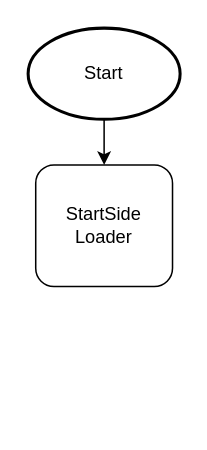
The draw.io diagram page "FlowCharts" (4 of 6) of Informatik UML.drawio in Tobi8570/H2, before the edit. Source tidied: cells renumbered, new cells numbered last; positions are measured from the earlier drawing's top-left corner, leaving out a move shared by most shapes. Both pictures are drawn from the tidied source at 152%, with x=0, y=0 at pixel (27, 27).
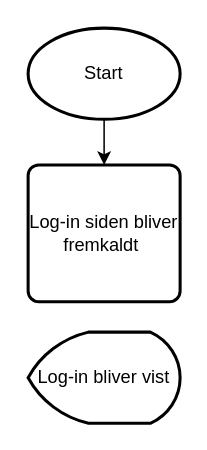
The same diagram, later.

Change to the diagram source:
```diff
@@
 <mxGraphModel>
   <root>
     <mxCell id="0" />
     <mxCell id="1" parent="0" />
-    <mxCell id="2" value="StartSide Loader" style="rounded=1;whiteSpace=wrap;html=1;fillColor=none;" parent="1" vertex="1">
-      <mxGeometry x="5" y="90" width="90" height="80" as="geometry" />
-    </mxCell>
-    <mxCell id="3" style="edgeStyle=orthogonalEdgeStyle;rounded=0;jettySize=auto;html=1;" parent="1" edge="1" source="4" target="2">
+    <mxCell id="3" style="edgeStyle=orthogonalEdgeStyle;rounded=0;jettySize=auto;html=1;" parent="1" edge="1" source="4" target="5">
       <mxGeometry relative="1" as="geometry" />
     </mxCell>
     <mxCell id="4" value="Start" style="strokeWidth=2;html=1;shape=mxgraph.flowchart.start_1;whiteSpace=wrap;" parent="1" vertex="1">
       <mxGeometry width="100" height="60" as="geometry" />
     </mxCell>
+    <mxCell id="5" value="Log-in siden bliver fremkaldt&amp;nbsp;" style="rounded=1;whiteSpace=wrap;html=1;absoluteArcSize=1;arcSize=14;strokeWidth=2;fillColor=none;" parent="1" vertex="1">
+      <mxGeometry y="90" width="100" height="90" as="geometry" />
+    </mxCell>
+    <mxCell id="6" value="Log-in bliver vist" style="strokeWidth=2;html=1;shape=mxgraph.flowchart.display;whiteSpace=wrap;fillColor=none;" parent="1" vertex="1">
+      <mxGeometry y="200" width="100" height="60" as="geometry" />
+    </mxCell>
   </root>
 </mxGraphModel>
```
